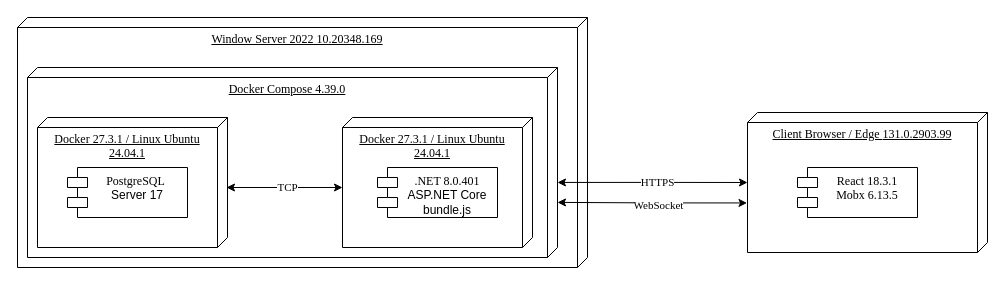
Before: DEPLOY.drawio in DioMain/BYTUBE, a draw.io diagram. Source tidied: cells renumbered, new cells numbered last; positions are measured from the earlier drawing's top-left corner, leaving out a move shared by most shapes. Both pictures are drawn from the tidied source at 100%, with x=0, y=0 at pixel (17, 17).
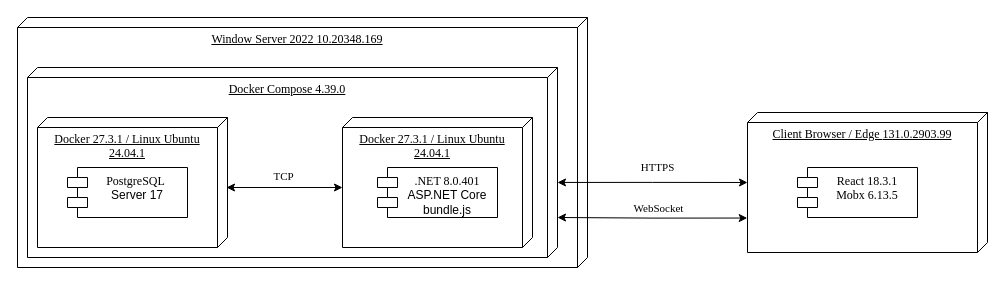
Above is the later version.

The edit, as a diff of the source:
```diff
@@
 <mxGraphModel>
   <root>
     <mxCell id="0" />
     <mxCell id="1" parent="0" />
     <mxCell id="2" value="&lt;div style=&quot;&quot;&gt;&lt;font face=&quot;Times New Roman&quot;&gt;Window Server 2022 10.20348.169&lt;/font&gt;&lt;/div&gt;" style="verticalAlign=top;align=center;spacingTop=8;spacingLeft=2;spacingRight=12;shape=cube;size=10;direction=south;fontStyle=4;html=1;whiteSpace=wrap;" parent="1" vertex="1">
       <mxGeometry width="570" height="250" as="geometry" />
     </mxCell>
     <mxCell id="3" value="&lt;div style=&quot;&quot;&gt;&lt;font face=&quot;Times New Roman&quot;&gt;Docker Compose 4.39.0&lt;/font&gt;&lt;br&gt;&lt;/div&gt;" style="verticalAlign=top;align=center;spacingTop=8;spacingLeft=2;spacingRight=12;shape=cube;size=10;direction=south;fontStyle=4;html=1;whiteSpace=wrap;" parent="1" vertex="1">
       <mxGeometry x="10" y="50" width="530" height="190" as="geometry" />
     </mxCell>
     <mxCell id="4" value="&lt;div style=&quot;&quot;&gt;&lt;font face=&quot;Times New Roman&quot;&gt;Docker 27.3.1 / Linux Ubuntu 24.04.1&lt;/font&gt;&lt;/div&gt;&lt;div style=&quot;&quot;&gt;&lt;br&gt;&lt;/div&gt;" style="verticalAlign=top;align=center;spacingTop=8;spacingLeft=2;spacingRight=12;shape=cube;size=10;direction=south;fontStyle=4;html=1;whiteSpace=wrap;" parent="1" vertex="1">
       <mxGeometry x="20" y="100" width="190" height="130" as="geometry" />
     </mxCell>
     <mxCell id="5" value="&lt;font face=&quot;Times New Roman&quot;&gt;PostgreSQL&amp;nbsp;&lt;/font&gt;&lt;div&gt;&lt;font face=&quot;PsWC1AURi9-9PKMxuaQ1&quot;&gt;Server 17&lt;/font&gt;&lt;/div&gt;" style="shape=module;align=left;spacingLeft=20;align=center;verticalAlign=top;whiteSpace=wrap;html=1;" parent="1" vertex="1">
       <mxGeometry x="50" y="150" width="120" height="50" as="geometry" />
     </mxCell>
     <mxCell id="6" value="&lt;div style=&quot;&quot;&gt;&lt;span style=&quot;font-family: &amp;quot;Times New Roman&amp;quot;;&quot;&gt;Docker 27.3.1 / Linux Ubuntu 24.04.1&lt;/span&gt;&lt;br&gt;&lt;/div&gt;" style="verticalAlign=top;align=center;spacingTop=8;spacingLeft=2;spacingRight=12;shape=cube;size=10;direction=south;fontStyle=4;html=1;whiteSpace=wrap;" parent="1" vertex="1">
       <mxGeometry x="325" y="100" width="190" height="130" as="geometry" />
     </mxCell>
     <mxCell id="7" value="&lt;font face=&quot;Times New Roman&quot;&gt;.NET 8.0.401&lt;/font&gt;&lt;div&gt;&lt;font face=&quot;_Fa3z_QzgGxzjxVkz4UR&quot;&gt;ASP.NET Core&lt;br&gt;bundle.js&lt;/font&gt;&lt;br&gt;&lt;/div&gt;" style="shape=module;align=left;spacingLeft=20;align=center;verticalAlign=top;whiteSpace=wrap;html=1;" parent="1" vertex="1">
       <mxGeometry x="360" y="150" width="120" height="50" as="geometry" />
     </mxCell>
     <mxCell id="8" value="TCP" style="edgeStyle=orthogonalEdgeStyle;rounded=0;jettySize=auto;html=1;exitX=0;exitY=0;exitDx=70;exitDy=190;exitPerimeter=0;startArrow=classic;startFill=1;fontFamily=Times New Roman;" parent="1" edge="1" source="6">
-      <mxGeometry x="-0.06" relative="1" as="geometry">
+      <mxGeometry x="-0.01" y="-12" relative="1" as="geometry">
         <mxPoint x="209" y="170" as="targetPoint" />
+        <mxPoint x="-2" as="offset" />
       </mxGeometry>
     </mxCell>
     <mxCell id="9" value="&lt;div style=&quot;&quot;&gt;Client Browser / Edge&amp;nbsp;&lt;span style=&quot;text-align: start; background-color: rgb(255, 255, 255);&quot;&gt;131.0.2903.99&lt;/span&gt;&lt;/div&gt;" style="verticalAlign=top;align=center;spacingTop=8;spacingLeft=2;spacingRight=12;shape=cube;size=10;direction=south;fontStyle=4;html=1;whiteSpace=wrap;fontFamily=Times New Roman;" parent="1" vertex="1">
       <mxGeometry x="730" y="95" width="240" height="140" as="geometry" />
     </mxCell>
     <mxCell id="10" value="React 18.3.1&lt;div&gt;Mobx 6.13.5&lt;/div&gt;" style="shape=module;align=left;spacingLeft=20;align=center;verticalAlign=top;whiteSpace=wrap;html=1;fontFamily=Times New Roman;" parent="1" vertex="1">
       <mxGeometry x="780" y="150" width="120" height="50" as="geometry" />
     </mxCell>
     <mxCell id="11" value="HTTPS" style="edgeStyle=orthogonalEdgeStyle;shape=connector;rounded=0;jettySize=auto;html=1;strokeColor=default;align=center;verticalAlign=middle;fontFamily=Times New Roman;fontSize=11;fontColor=default;labelBackgroundColor=default;startArrow=classic;startFill=1;endArrow=classic;exitX=0.605;exitY=0;exitDx=0;exitDy=0;exitPerimeter=0;" parent="1" edge="1" source="3" target="9">
-      <mxGeometry x="0.05" relative="1" as="geometry" />
+      <mxGeometry x="0.05" y="15" relative="1" as="geometry" />
     </mxCell>
-    <mxCell id="12" style="edgeStyle=orthogonalEdgeStyle;shape=connector;rounded=0;jettySize=auto;html=1;exitX=0.646;exitY=1.002;exitDx=0;exitDy=0;exitPerimeter=0;entryX=0.71;entryY=0;entryDx=0;entryDy=0;entryPerimeter=0;strokeColor=default;align=center;verticalAlign=middle;fontFamily=Helvetica;fontSize=11;fontColor=default;labelBackgroundColor=default;startArrow=classic;startFill=1;endArrow=classic;" parent="1" edge="1" source="9" target="3">
-      <mxGeometry relative="1" as="geometry" />
+    <mxCell id="12" style="edgeStyle=orthogonalEdgeStyle;shape=connector;rounded=0;jettySize=auto;html=1;exitX=0.754;exitY=1.001;exitDx=0;exitDy=0;exitPerimeter=0;strokeColor=default;align=center;verticalAlign=middle;fontFamily=Helvetica;fontSize=11;fontColor=default;labelBackgroundColor=default;startArrow=classic;startFill=1;endArrow=classic;" parent="1" edge="1" source="9">
+      <mxGeometry relative="1" as="geometry">
+        <mxPoint x="540" y="200" as="targetPoint" />
+      </mxGeometry>
     </mxCell>
     <mxCell id="13" value="WebSocket" style="edgeLabel;html=1;align=center;verticalAlign=middle;fontFamily=Times New Roman;fontSize=11;fontColor=default;labelBackgroundColor=default;" parent="12" vertex="1">
-      <mxGeometry x="-0.06" y="2" relative="1" as="geometry" />
+      <mxGeometry x="-0.06" y="2" relative="1" as="geometry">
+        <mxPoint y="-12" as="offset" />
+      </mxGeometry>
     </mxCell>
   </root>
 </mxGraphModel>
```
